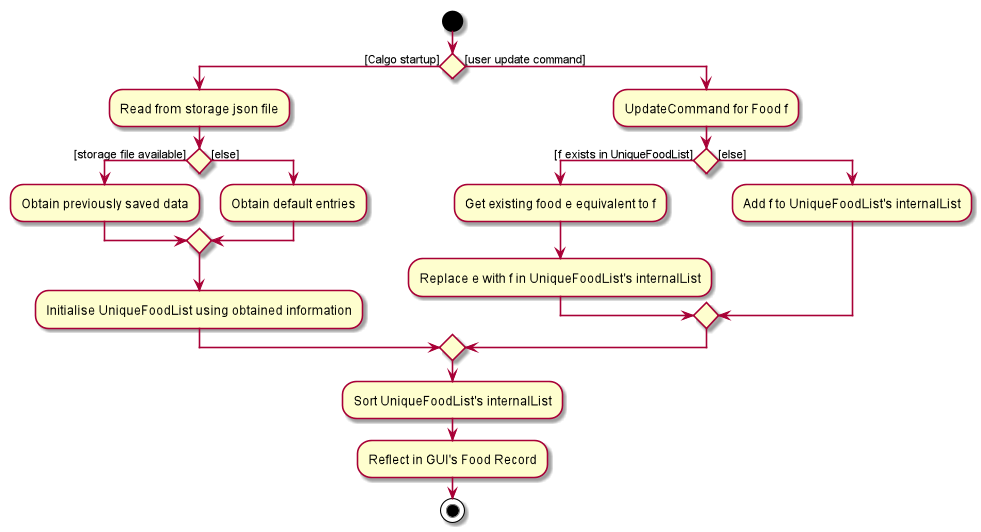
AY1920S2-CS2103T-F11-1/main keeps this PlantUML diagram as images/LexicographicalOrderingActivityDiagram.png. Above is the earlier version.
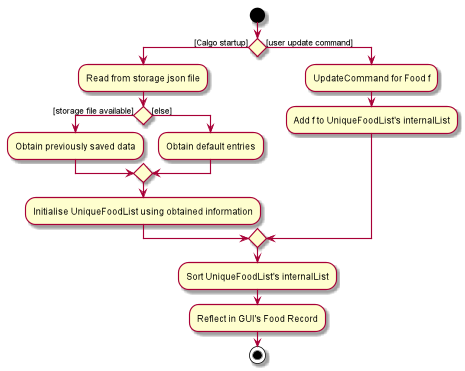
The same file after the commit.

The edit, as a diff of the source:
```diff
@@ -1,4 +1,5 @@
 @startuml
+
 start
 if() then ([Calgo startup])
 :Read from storage json file;
@@ -12,15 +13,11 @@
 
 else([user update command])
 :UpdateCommand for Food f;
-if () then ([f exists in UniqueFoodList])
-:Get existing food e equivalent to f;
-:Replace e with f in UniqueFoodList's internalList;
-else ([else])
 :Add f to UniqueFoodList's internalList;
-endif
 
 endif
 :Sort UniqueFoodList's internalList;
 :Reflect in GUI's Food Record;
 stop
+
 @enduml
```
